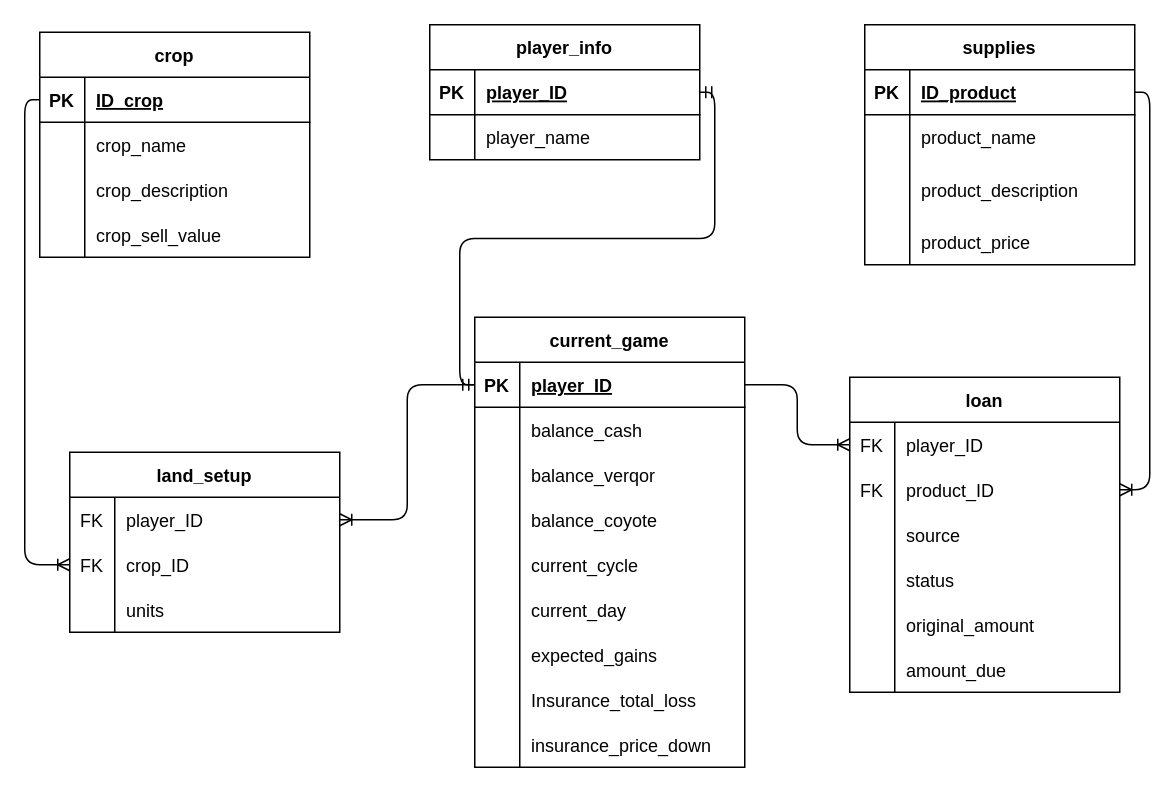
zam-cv/B4 keeps this draw.io diagram as Database/Diagrama_2.drawio. Above is the earlier version. Source tidied: cells renumbered, new cells numbered last; positions are measured from the earlier drawing's top-left corner, leaving out a move shared by most shapes. Both pictures are drawn from the tidied source at 150%, with x=0, y=0 at pixel (39, 24).
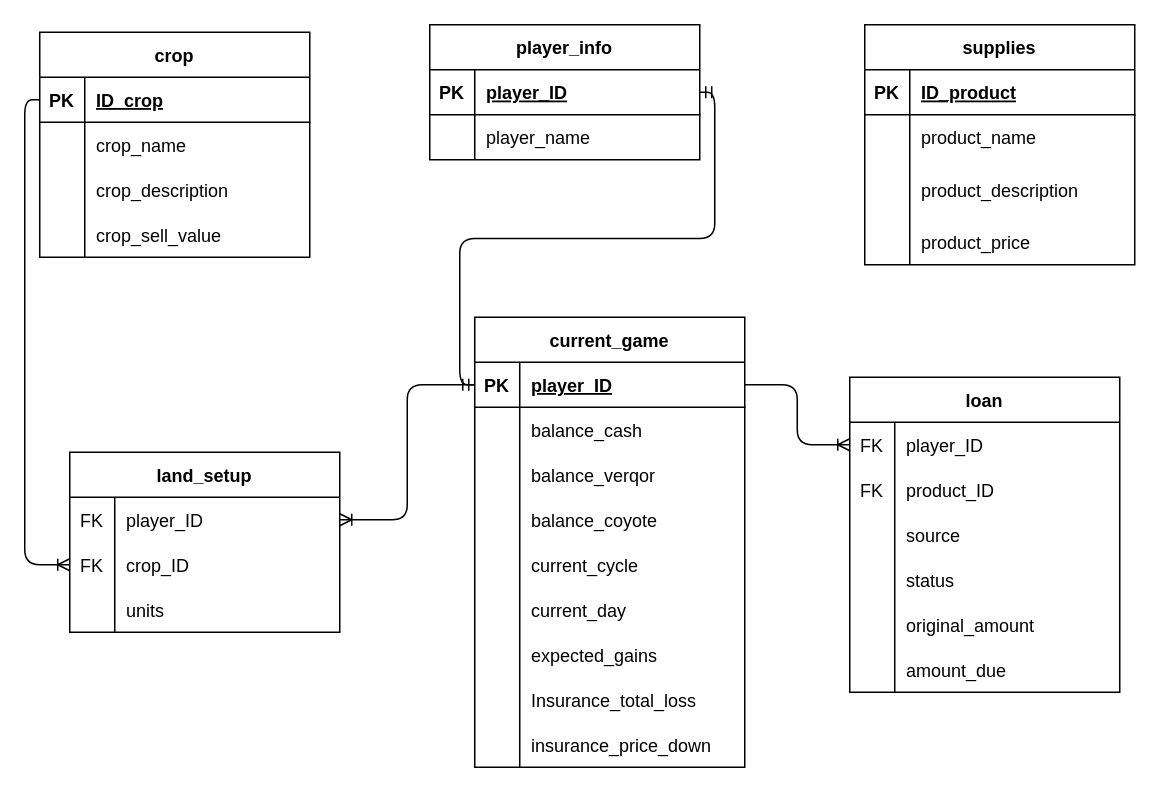
The same page after the edit.

Unchanged cells that the change refers to:
```xml
<mxCell id="61" style="shape=tableRow;horizontal=0;startSize=0;swimlaneHead=0;swimlaneBody=0;fillColor=none;points=[[0,0.5],[1,0.5]];portConstraint=eastwest;top=0;left=0;right=0;bottom=1;" parent="60" vertex="1">
  <mxGeometry y="30" width="180" height="30" as="geometry" />
</mxCell>
<mxCell id="80" style="shape=tableRow;horizontal=0;startSize=0;swimlaneHead=0;swimlaneBody=0;fillColor=none;points=[[0,0.5],[1,0.5]];portConstraint=eastwest;top=0;left=0;right=0;bottom=0;" parent="76" vertex="1">
  <mxGeometry y="60" width="180" height="30" as="geometry" />
</mxCell>
```

Change to the diagram source:
```diff
@@
-    <mxCell id="95" style="edgeStyle=orthogonalEdgeStyle;fontSize=12;html=1;endArrow=ERoneToMany;exitX=1;exitY=0.5;exitDx=0;exitDy=0;entryX=1;entryY=0.5;entryDx=0;entryDy=0;" parent="1" edge="1" source="61" target="80">
-      <mxGeometry relative="1" as="geometry" />
-    </mxCell>
```
